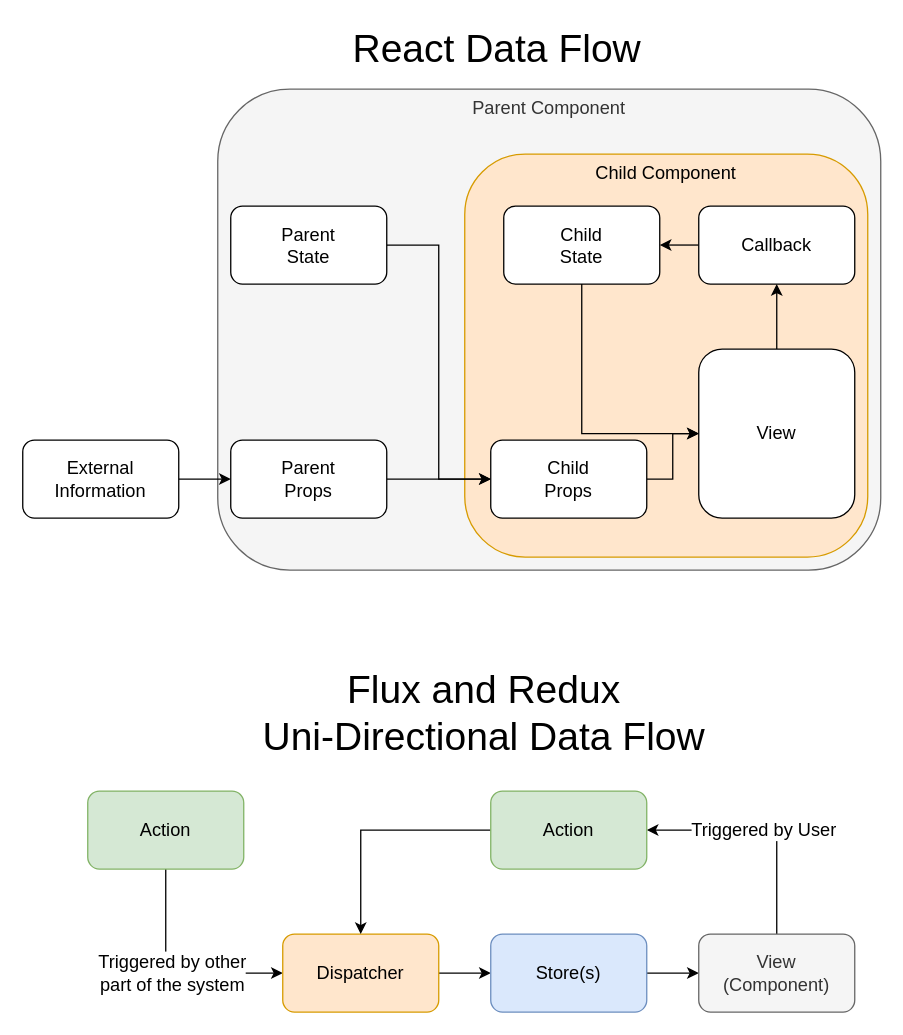
Before: page "FluxRedux" (2 of 2) of diagrams/diagrams.drawio in pgeeh/first-to-react, a draw.io diagram. Source tidied: cells renumbered, new cells numbered last; positions are measured from the earlier drawing's top-left corner, leaving out a move shared by most shapes. Both pictures are drawn from the tidied source at 130%, with x=0, y=0 at pixel (22, 22).
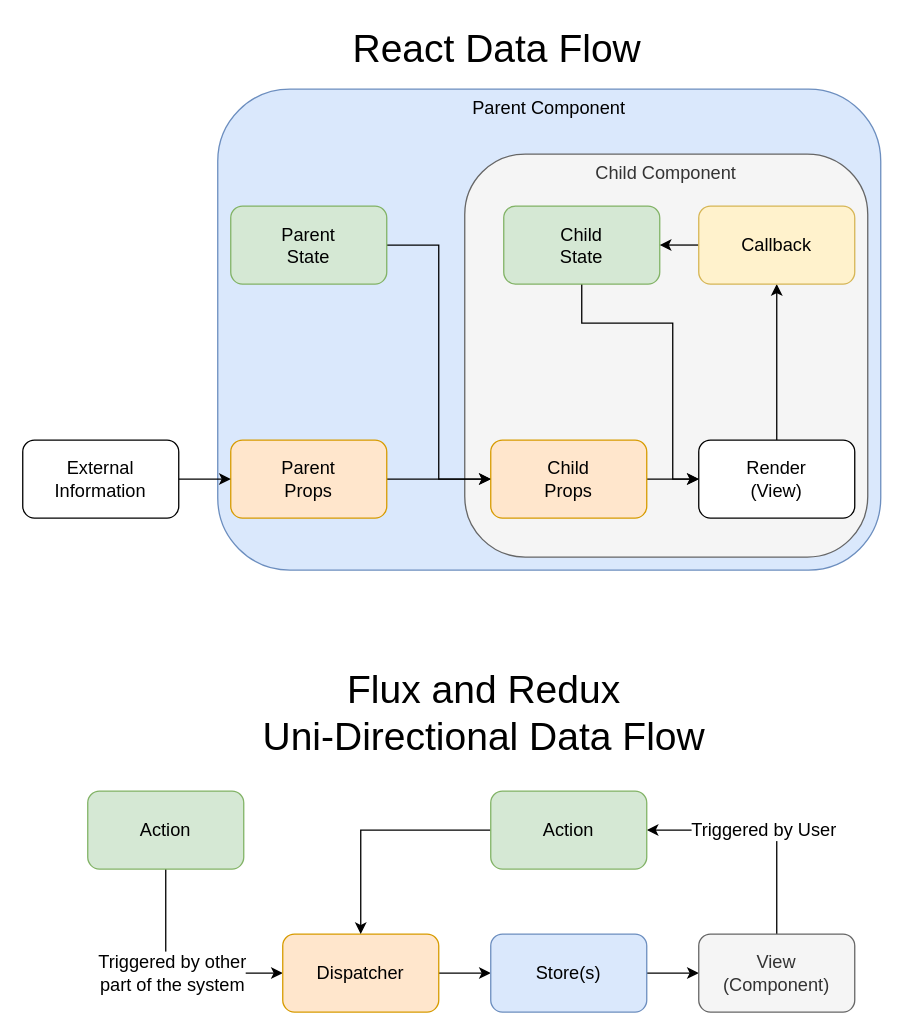
The same page after the edit.

The edit, as a diff of the source:
```diff
@@
-    <mxCell id="2" value="Parent Component" style="rounded=1;whiteSpace=wrap;html=1;fontSize=14;verticalAlign=top;fillColor=#f5f5f5;strokeColor=#666666;fontColor=#333333;" parent="1" vertex="1">
+    <mxCell id="2" value="Parent Component" style="rounded=1;whiteSpace=wrap;html=1;fontSize=14;verticalAlign=top;fillColor=#dae8fc;strokeColor=#6c8ebf;" parent="1" vertex="1">
       <mxGeometry x="150" y="51" width="510" height="370" as="geometry" />
     </mxCell>
-    <mxCell id="3" value="Child Component" style="rounded=1;whiteSpace=wrap;html=1;fontSize=14;verticalAlign=top;fillColor=#ffe6cc;strokeColor=#d79b00;" parent="1" vertex="1">
+    <mxCell id="3" value="Child Component" style="rounded=1;whiteSpace=wrap;html=1;fontSize=14;verticalAlign=top;fillColor=#f5f5f5;strokeColor=#666666;fontColor=#333333;" parent="1" vertex="1">
       <mxGeometry x="340" y="101" width="310" height="310" as="geometry" />
     </mxCell>
@@
-    <mxCell id="16" value="Parent&lt;br&gt;Props" style="rounded=1;whiteSpace=wrap;html=1;fontSize=14;" parent="1" vertex="1">
+    <mxCell id="16" value="Parent&lt;br&gt;Props" style="rounded=1;whiteSpace=wrap;html=1;fontSize=14;fillColor=#ffe6cc;strokeColor=#d79b00;" parent="1" vertex="1">
       <mxGeometry x="160" y="321" width="120" height="60" as="geometry" />
     </mxCell>
     <mxCell id="17" style="edgeStyle=orthogonalEdgeStyle;rounded=0;jettySize=auto;html=1;exitX=0.5;exitY=1;exitDx=0;exitDy=0;entryX=0;entryY=0.5;entryDx=0;entryDy=0;fontSize=14;" parent="1" edge="1" source="18" target="20">
-      <mxGeometry relative="1" as="geometry" />
+      <mxGeometry relative="1" as="geometry">
+        <Array as="points">
+          <mxPoint x="430" y="231" />
+          <mxPoint x="500" y="231" />
+          <mxPoint x="500" y="351" />
+        </Array>
+      </mxGeometry>
     </mxCell>
-    <mxCell id="18" value="Child&lt;br&gt;State" style="rounded=1;whiteSpace=wrap;html=1;fontSize=14;" parent="1" vertex="1">
+    <mxCell id="18" value="Child&lt;br&gt;State" style="rounded=1;whiteSpace=wrap;html=1;fontSize=14;fillColor=#d5e8d4;strokeColor=#82b366;" parent="1" vertex="1">
       <mxGeometry x="370" y="141" width="120" height="60" as="geometry" />
     </mxCell>
@@
-    <mxCell id="20" value="View" style="rounded=1;whiteSpace=wrap;html=1;fontSize=14;" parent="1" vertex="1">
-      <mxGeometry x="520" y="251" width="120" height="130" as="geometry" />
+    <mxCell id="20" value="Render&lt;br&gt;(View)" style="rounded=1;whiteSpace=wrap;html=1;fontSize=14;" parent="1" vertex="1">
+      <mxGeometry x="520" y="321" width="120" height="60" as="geometry" />
     </mxCell>
@@
-    <mxCell id="22" value="Callback" style="rounded=1;whiteSpace=wrap;html=1;fontSize=14;" parent="1" vertex="1">
+    <mxCell id="22" value="Callback" style="rounded=1;whiteSpace=wrap;html=1;fontSize=14;fillColor=#fff2cc;strokeColor=#d6b656;" parent="1" vertex="1">
       <mxGeometry x="520" y="141" width="120" height="60" as="geometry" />
     </mxCell>
@@
-    <mxCell id="25" value="Child&lt;br&gt;Props" style="rounded=1;whiteSpace=wrap;html=1;fontSize=14;" parent="1" vertex="1">
+    <mxCell id="25" value="Child&lt;br&gt;Props" style="rounded=1;whiteSpace=wrap;html=1;fontSize=14;fillColor=#ffe6cc;strokeColor=#d79b00;" parent="1" vertex="1">
       <mxGeometry x="360" y="321" width="120" height="60" as="geometry" />
     </mxCell>
@@
-    <mxCell id="27" value="Parent&lt;br&gt;State" style="rounded=1;whiteSpace=wrap;html=1;fontSize=14;" parent="1" vertex="1">
+    <mxCell id="27" value="Parent&lt;br&gt;State" style="rounded=1;whiteSpace=wrap;html=1;fontSize=14;fillColor=#d5e8d4;strokeColor=#82b366;" parent="1" vertex="1">
       <mxGeometry x="160" y="141" width="120" height="60" as="geometry" />
     </mxCell>
```
